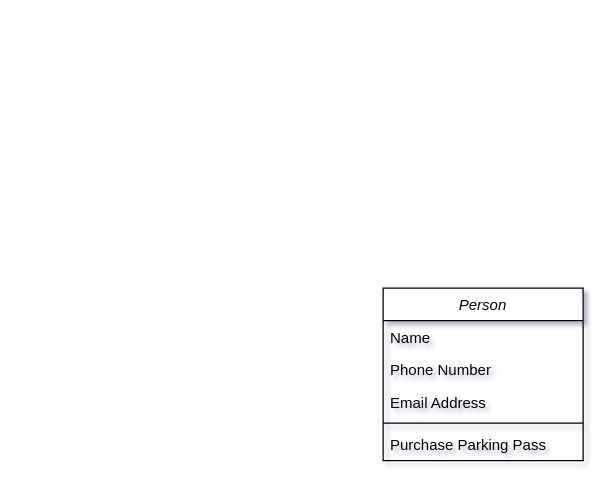
The draw.io diagram PrivateUse/Study.drawio in Istaya/Gallery, before the edit. Source tidied: cells renumbered, new cells numbered last; positions are measured from the earlier drawing's top-left corner, leaving out a move shared by most shapes. Both pictures are drawn from the tidied source at 125%, with x=0, y=0 at pixel (382, 288).
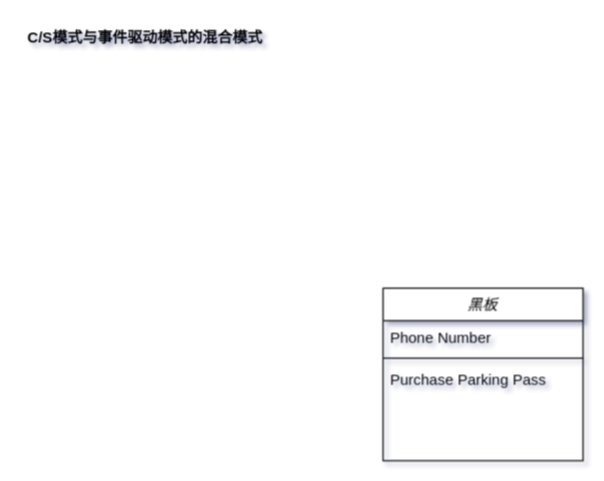
The same page after the edit.

What changed in the source:
```diff
@@
 <mxGraphModel shadow="1">
   <root>
     <mxCell id="0" />
     <mxCell id="1" parent="0" />
-    <mxCell id="2" value="Person" style="swimlane;fontStyle=2;align=center;verticalAlign=top;horizontal=1;startSize=26;rounded=0;shadow=0;strokeWidth=1;" parent="1" vertex="1">
+    <mxCell id="2" value="黑板" style="swimlane;fontStyle=2;align=center;verticalAlign=top;horizontal=1;startSize=26;rounded=0;shadow=0;strokeWidth=1;" parent="1" vertex="1">
       <mxGeometry width="160" height="138" as="geometry" />
     </mxCell>
-    <mxCell id="3" value="Name" style="text;align=left;verticalAlign=top;spacingLeft=4;spacingRight=4;overflow=hidden;" parent="2" vertex="1">
-      <mxGeometry y="26" width="160" height="26" as="geometry" />
-    </mxCell>
     <mxCell id="4" value="Phone Number" style="text;align=left;verticalAlign=top;spacingLeft=4;spacingRight=4;overflow=hidden;rounded=0;shadow=0;html=0;" parent="2" vertex="1">
-      <mxGeometry y="52" width="160" height="26" as="geometry" />
+      <mxGeometry y="26" width="160" height="26" as="geometry" />
     </mxCell>
-    <mxCell id="5" value="Email Address" style="text;align=left;verticalAlign=top;spacingLeft=4;spacingRight=4;overflow=hidden;rounded=0;shadow=0;html=0;" parent="2" vertex="1">
-      <mxGeometry y="78" width="160" height="26" as="geometry" />
-    </mxCell>
     <mxCell id="6" style="line;html=1;strokeWidth=1;align=left;verticalAlign=middle;spacingTop=-1;spacingLeft=3;spacingRight=3;labelPosition=right;" parent="2" vertex="1">
-      <mxGeometry y="104" width="160" height="8" as="geometry" />
+      <mxGeometry y="52" width="160" height="8" as="geometry" />
     </mxCell>
     <mxCell id="7" value="Purchase Parking Pass" style="text;align=left;verticalAlign=top;spacingLeft=4;spacingRight=4;overflow=hidden;" parent="2" vertex="1">
-      <mxGeometry y="112" width="160" height="26" as="geometry" />
+      <mxGeometry y="60" width="160" height="26" as="geometry" />
     </mxCell>
+    <mxCell id="8" value="C/S模式与事件驱动模式的混合模式" style="text;align=center;fontStyle=1;verticalAlign=middle;spacingLeft=3;spacingRight=3;strokeColor=none;fillColor=none;" parent="1" vertex="1">
+      <mxGeometry x="-290" y="-214" width="200" height="26" as="geometry" />
+    </mxCell>
   </root>
 </mxGraphModel>
```
